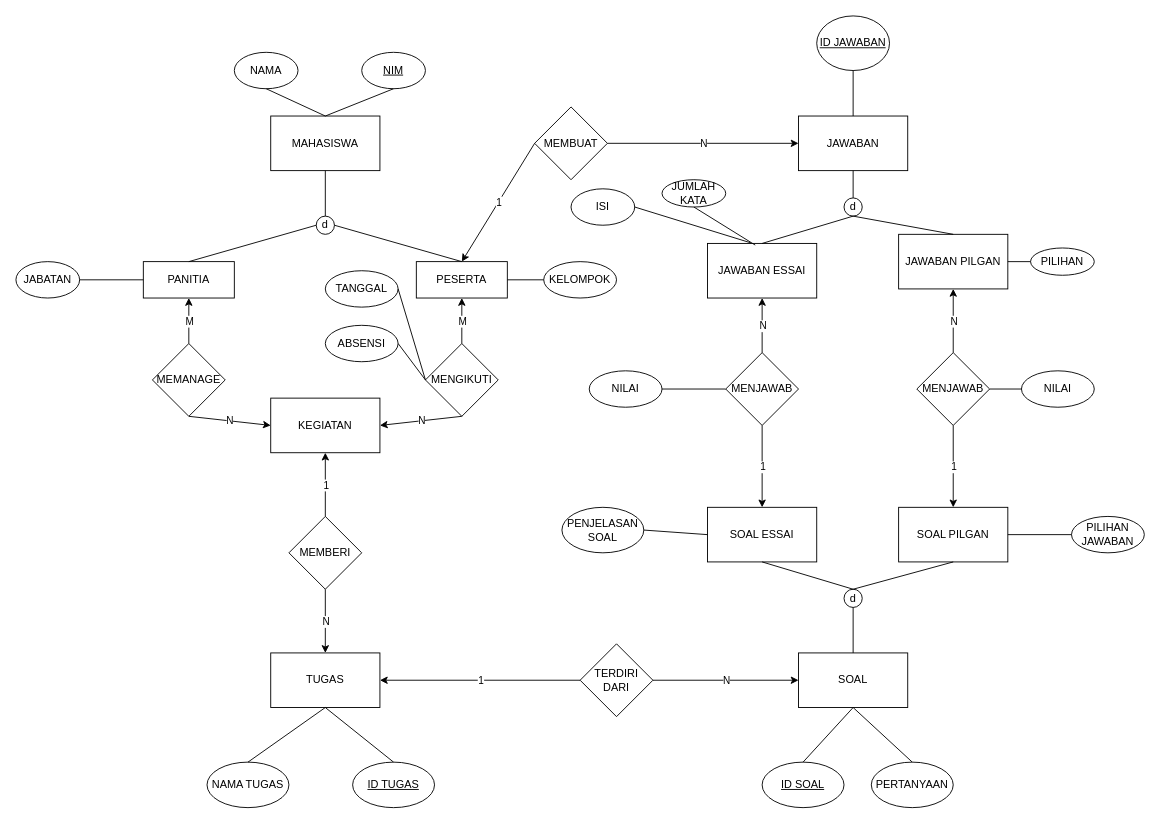
faris-afk/SIMABA keeps this draw.io diagram as EERD.drawio. Above is the earlier version. Source tidied: cells renumbered, new cells numbered last; positions are measured from the earlier drawing's top-left corner, leaving out a move shared by most shapes. Both pictures are drawn from the tidied source at 91%, with x=0, y=0 at pixel (15, 15).
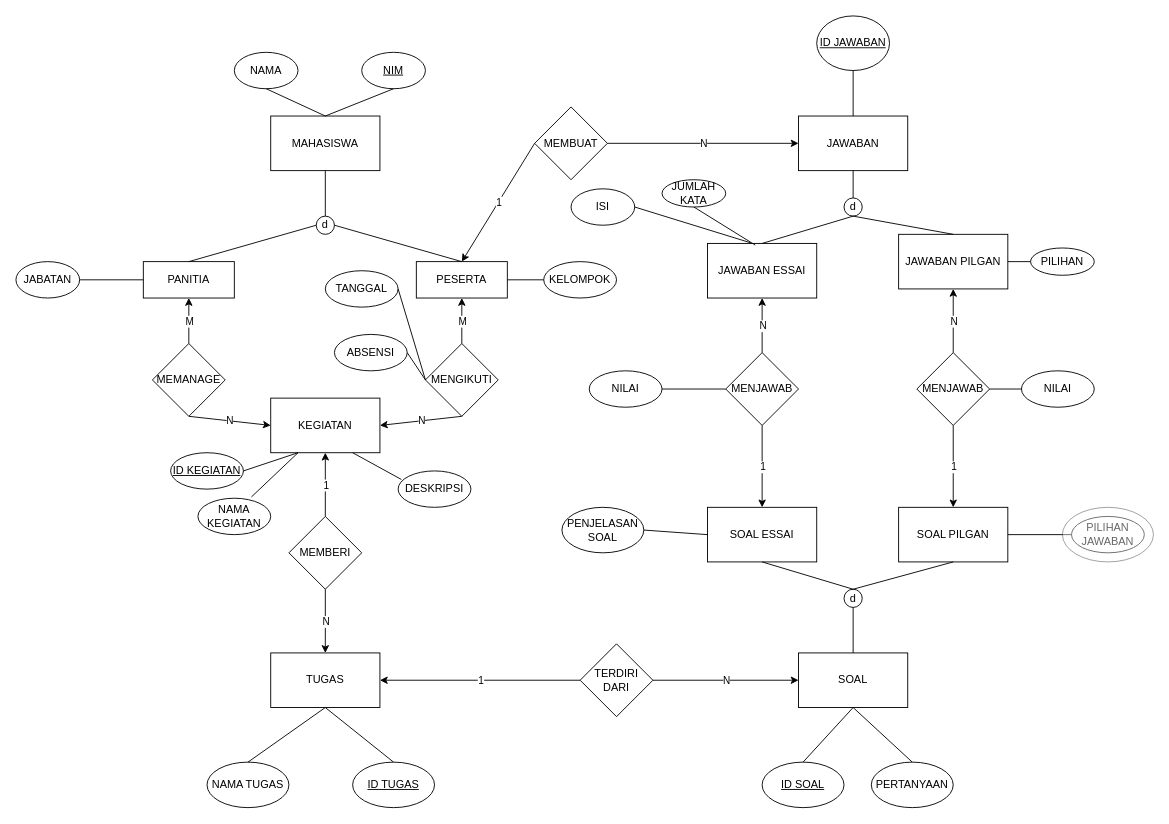
Above is the later version.

The change refers to these unchanged cells:
```xml
<mxCell id="9" value="KEGIATAN" style="rounded=0;whiteSpace=wrap;html=1;" parent="1" vertex="1">
  <mxGeometry x="280" y="420" width="120" height="60" as="geometry" />
</mxCell>
<mxCell id="11" value="MENGIKUTI" style="rhombus;whiteSpace=wrap;html=1;" parent="1" vertex="1">
  <mxGeometry x="450" y="360" width="80" height="80" as="geometry" />
</mxCell>
```

Diff of the diagram source:
```diff
@@
-    <mxCell id="94" value="ABSENSI" style="ellipse;whiteSpace=wrap;html=1;" parent="1" vertex="1">
-      <mxGeometry x="340" y="340" width="80" height="40" as="geometry" />
+    <mxCell id="94" value="&lt;u&gt;ID KEGIATAN&lt;/u&gt;" style="ellipse;whiteSpace=wrap;html=1;" parent="1" vertex="1">
+      <mxGeometry x="170" y="480" width="80" height="40" as="geometry" />
     </mxCell>
-    <mxCell id="95" style="endArrow=none;html=1;entryX=0;entryY=0.5;entryDx=0;entryDy=0;exitX=1;exitY=0.5;exitDx=0;exitDy=0;" parent="1" edge="1" source="94" target="11">
+    <mxCell id="95" style="endArrow=none;html=1;entryX=0.25;entryY=1;entryDx=0;entryDy=0;exitX=1;exitY=0.5;exitDx=0;exitDy=0;" parent="1" edge="1" source="94" target="9">
       <mxGeometry relative="1" as="geometry" />
     </mxCell>
+    <mxCell id="96" value="ABSENSI" style="ellipse;whiteSpace=wrap;html=1;" parent="1" vertex="1">
+      <mxGeometry x="350" y="350" width="80" height="40" as="geometry" />
+    </mxCell>
+    <mxCell id="97" style="endArrow=none;html=1;entryX=1;entryY=0.5;entryDx=0;entryDy=0;exitX=0;exitY=0.5;exitDx=0;exitDy=0;" parent="1" edge="1" source="11" target="96">
+      <mxGeometry relative="1" as="geometry" />
+    </mxCell>
+    <mxCell id="98" value="DESKRIPSI" style="ellipse;whiteSpace=wrap;html=1;" parent="1" vertex="1">
+      <mxGeometry x="420" y="500" width="80" height="40" as="geometry" />
+    </mxCell>
+    <mxCell id="99" style="endArrow=none;html=1;entryX=0.75;entryY=1;entryDx=0;entryDy=0;exitX=0.045;exitY=0.235;exitDx=0;exitDy=0;exitPerimeter=0;" parent="1" edge="1" source="98" target="9">
+      <mxGeometry relative="1" as="geometry" />
+    </mxCell>
+    <mxCell id="100" value="NAMA KEGIATAN" style="ellipse;whiteSpace=wrap;html=1;" parent="1" vertex="1">
+      <mxGeometry x="200" y="530" width="80" height="40" as="geometry" />
+    </mxCell>
+    <mxCell id="101" style="endArrow=none;html=1;entryX=0.25;entryY=1;entryDx=0;entryDy=0;exitX=0.735;exitY=-0.035;exitDx=0;exitDy=0;exitPerimeter=0;" parent="1" edge="1" source="100" target="9">
+      <mxGeometry relative="1" as="geometry" />
+    </mxCell>
+    <mxCell id="102" style="ellipse;whiteSpace=wrap;html=1;opacity=40;" parent="1" vertex="1">
+      <mxGeometry x="1150" y="540" width="100" height="60" as="geometry" />
+    </mxCell>
```
